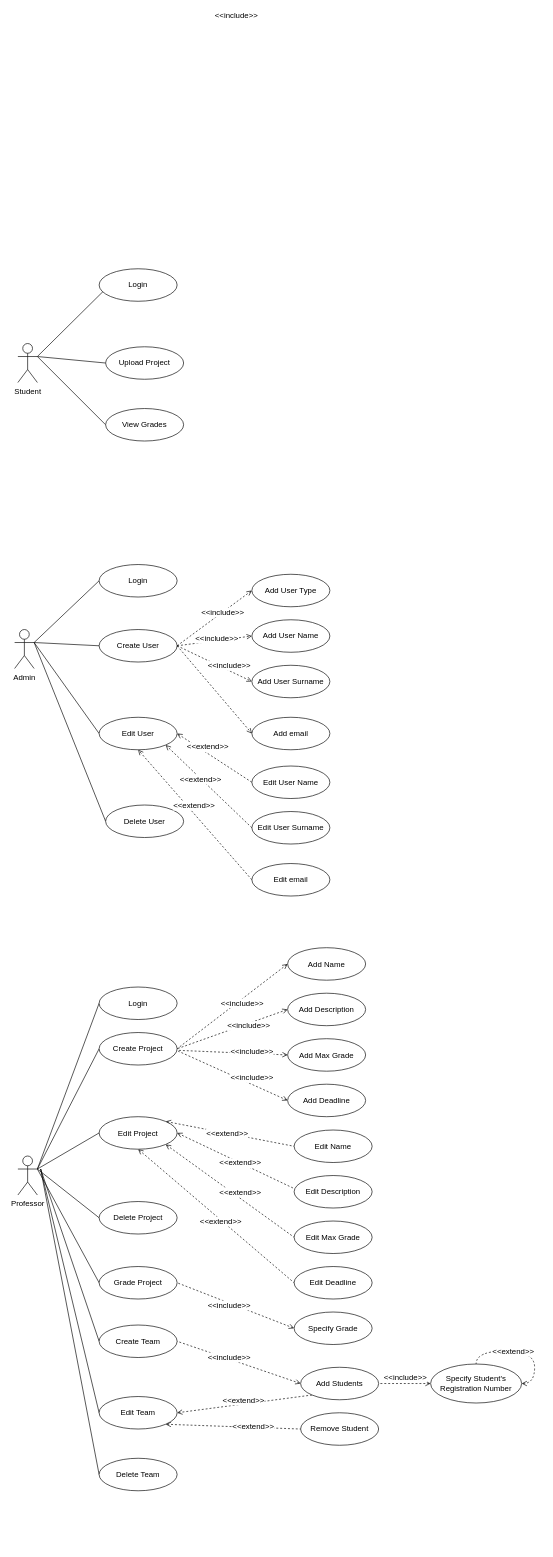
gkaraoglanian/E-ClassApplication keeps this draw.io diagram as UseCaseDiagrams/UseCaseDiagram_v1_Final.drawio. Above is the earlier version. Source tidied: cells renumbered, new cells numbered last; positions are measured from the earlier drawing's top-left corner, leaving out a move shared by most shapes. Both pictures are drawn from the tidied source at 65%, with x=0, y=0 at pixel (14, 268).
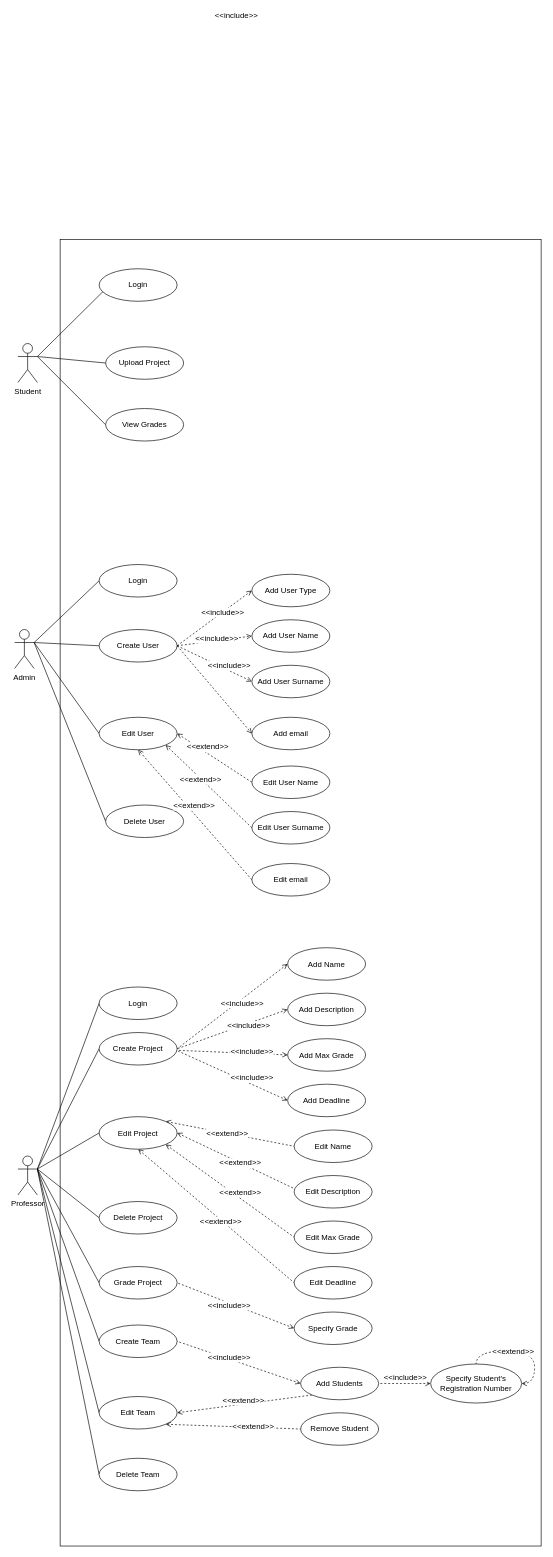
The same page after the edit.

Commit message (it also covers changes not shown here):
Correction for UseCase diagram(final v1) - Added System's Box

Unchanged cells that the change refers to:
```xml
<mxCell id="4" value="Professor&lt;br&gt;&lt;br&gt;" style="shape=umlActor;verticalLabelPosition=bottom;labelBackgroundColor=#ffffff;verticalAlign=top;html=1;outlineConnect=0;" parent="1" vertex="1">
  <mxGeometry x="5" y="1365" width="30" height="60" as="geometry" />
</mxCell>
<mxCell id="18" value="Create Team" style="ellipse;whiteSpace=wrap;html=1;" parent="1" vertex="1">
  <mxGeometry x="130" y="1625" width="120" height="50" as="geometry" />
</mxCell>
<mxCell id="22" value="Edit Team" style="ellipse;whiteSpace=wrap;html=1;" parent="1" vertex="1">
  <mxGeometry x="130" y="1735" width="120" height="50" as="geometry" />
</mxCell>
<mxCell id="24" value="Delete Team&lt;br&gt;" style="ellipse;whiteSpace=wrap;html=1;" parent="1" vertex="1">
  <mxGeometry x="130" y="1830" width="120" height="50" as="geometry" />
</mxCell>
```

Change to the diagram source:
```diff
@@
+    <mxCell id="96" style="rounded=0;whiteSpace=wrap;html=1;fillColor=none;" parent="1" vertex="1">
+      <mxGeometry x="70" y="-45" width="740" height="2010" as="geometry" />
+    </mxCell>
@@
-    <mxCell id="17" style="edgeStyle=none;rounded=0;jettySize=auto;html=1;exitX=0;exitY=0.5;exitDx=0;exitDy=0;endArrow=none;endFill=0;" parent="1" edge="1" source="18">
-      <mxGeometry relative="1" as="geometry">
-        <mxPoint x="40" y="1385" as="targetPoint" />
-      </mxGeometry>
+    <mxCell id="17" style="edgeStyle=none;rounded=0;jettySize=auto;html=1;exitX=0;exitY=0.5;exitDx=0;exitDy=0;endArrow=none;endFill=0;entryX=1;entryY=0.3333333333333333;entryDx=0;entryDy=0;entryPerimeter=0;" parent="1" edge="1" source="18" target="4">
+      <mxGeometry relative="1" as="geometry" />
     </mxCell>
@@
-    <mxCell id="19" style="edgeStyle=none;rounded=0;jettySize=auto;html=1;exitX=0;exitY=0.5;exitDx=0;exitDy=0;endArrow=none;endFill=0;" parent="1" edge="1" source="22">
-      <mxGeometry relative="1" as="geometry">
-        <mxPoint x="40" y="1385" as="targetPoint" />
-      </mxGeometry>
+    <mxCell id="19" style="edgeStyle=none;rounded=0;jettySize=auto;html=1;exitX=0;exitY=0.5;exitDx=0;exitDy=0;endArrow=none;endFill=0;entryX=1;entryY=0.3333333333333333;entryDx=0;entryDy=0;entryPerimeter=0;" parent="1" edge="1" source="22" target="4">
+      <mxGeometry relative="1" as="geometry" />
     </mxCell>
@@
-    <mxCell id="23" style="edgeStyle=none;rounded=0;jettySize=auto;html=1;exitX=0;exitY=0.5;exitDx=0;exitDy=0;endArrow=none;endFill=0;" parent="1" edge="1" source="24">
-      <mxGeometry relative="1" as="geometry">
-        <mxPoint x="40" y="1385" as="targetPoint" />
-      </mxGeometry>
+    <mxCell id="23" style="edgeStyle=none;rounded=0;jettySize=auto;html=1;exitX=0;exitY=0.5;exitDx=0;exitDy=0;endArrow=none;endFill=0;entryX=1;entryY=0.3333333333333333;entryDx=0;entryDy=0;entryPerimeter=0;" parent="1" edge="1" source="24" target="4">
+      <mxGeometry relative="1" as="geometry" />
     </mxCell>
```
